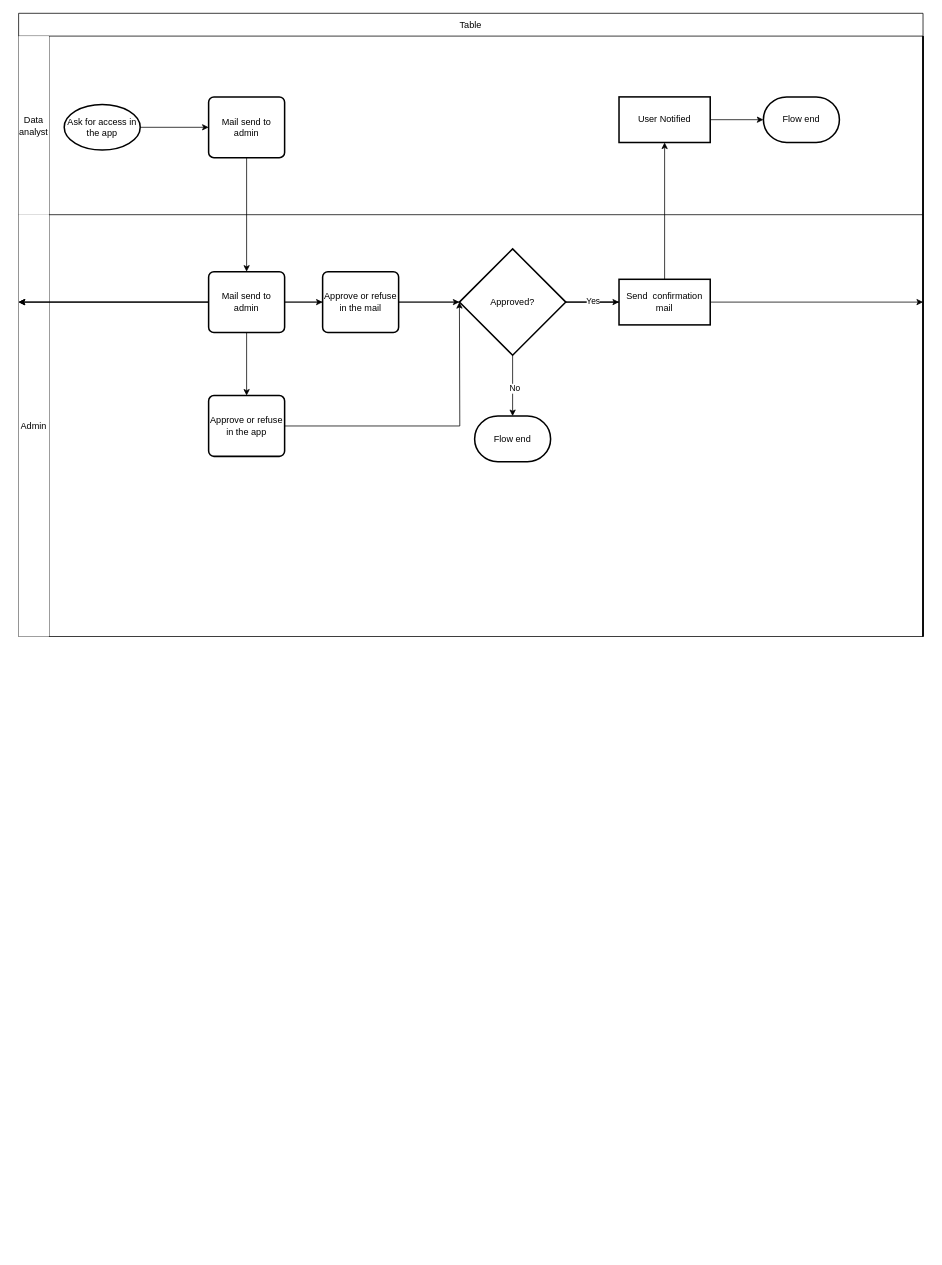
Above: Untitled Diagram.drawio in SvampK/shops-data-app (draw.io), before the change. Source tidied: cells renumbered, new cells numbered last; positions are measured from the earlier drawing's top-left corner, leaving out a move shared by most shapes. Both pictures are drawn from the tidied source at 76%, with x=0, y=0 at pixel (18, 13).
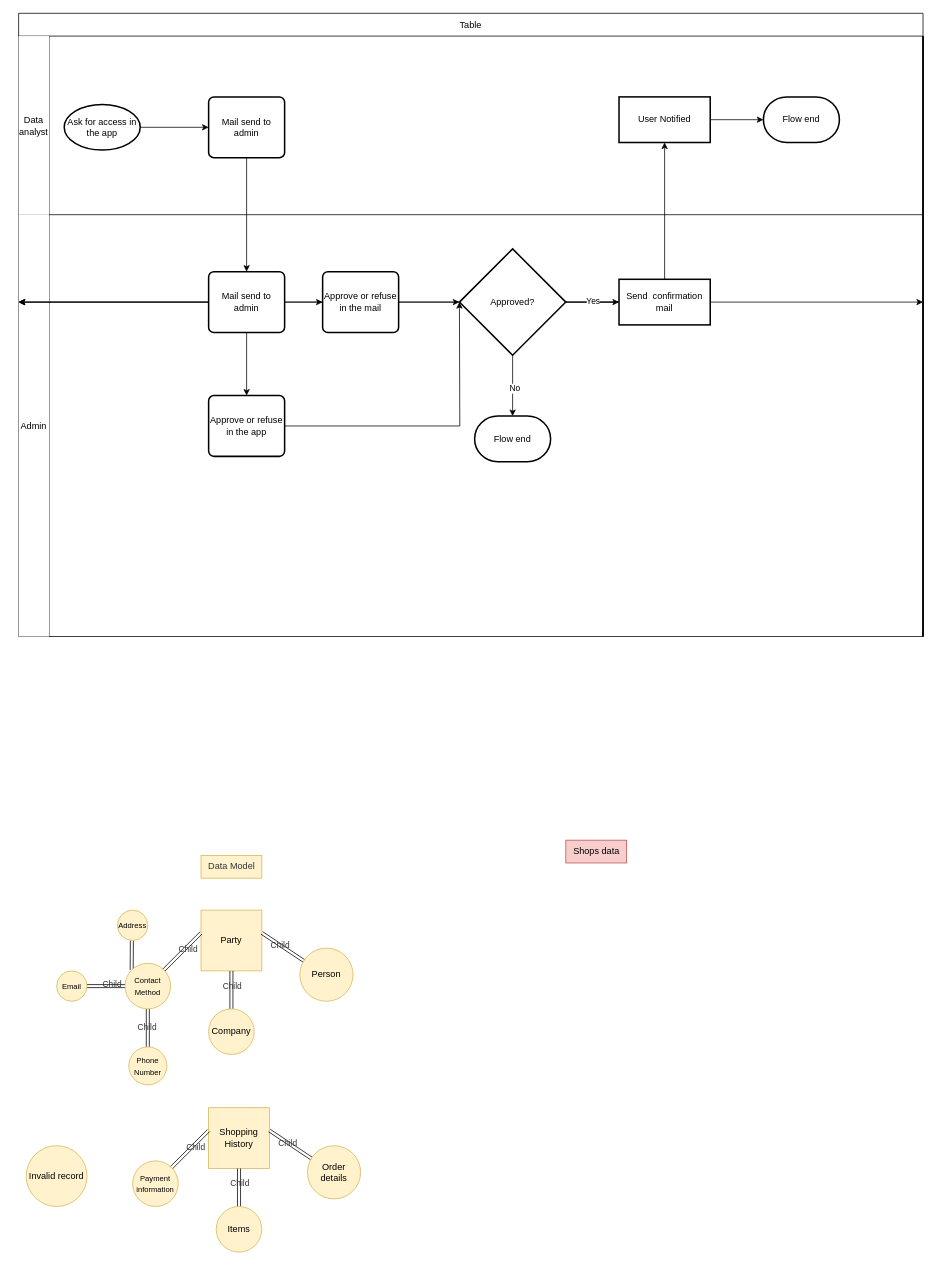
Above is the later version.

Change to the diagram source:
```diff
@@
+    <mxCell id="42" value="Party" style="whiteSpace=wrap;html=1;labelBackgroundColor=none;labelBorderColor=none;fillColor=#fff2cc;strokeColor=#d6b656;" parent="1" vertex="1">
+      <mxGeometry x="240" y="1180" width="80" height="80" as="geometry" />
+    </mxCell>
+    <mxCell id="43" style="shape=link;html=1;rounded=0;labelBackgroundColor=none;labelBorderColor=none;fontColor=#333333;" parent="1" edge="1">
+      <mxGeometry relative="1" as="geometry">
+        <mxPoint x="240" y="1210" as="sourcePoint" />
+        <mxPoint x="190" y="1260" as="targetPoint" />
+      </mxGeometry>
+    </mxCell>
+    <mxCell id="44" value="Child" style="edgeLabel;html=1;align=center;verticalAlign=middle;labelBackgroundColor=none;labelBorderColor=none;fontColor=#333333;" parent="43" vertex="1">
+      <mxGeometry x="-0.2" y="3" relative="1" as="geometry" />
+    </mxCell>
+    <mxCell id="45" style="shape=link;html=1;rounded=0;labelBackgroundColor=none;labelBorderColor=none;fontColor=#333333;" parent="1" edge="1">
+      <mxGeometry relative="1" as="geometry">
+        <mxPoint x="320" y="1210" as="sourcePoint" />
+        <mxPoint x="380" y="1250" as="targetPoint" />
+      </mxGeometry>
+    </mxCell>
+    <mxCell id="46" value="Child" style="edgeLabel;html=1;align=center;verticalAlign=middle;labelBackgroundColor=none;labelBorderColor=none;fontColor=#333333;" parent="45" vertex="1">
+      <mxGeometry x="-0.2" y="-1" relative="1" as="geometry" />
+    </mxCell>
+    <mxCell id="47" style="shape=link;html=1;rounded=0;labelBackgroundColor=none;labelBorderColor=none;fontColor=#333333;" parent="1" edge="1">
+      <mxGeometry relative="1" as="geometry">
+        <mxPoint x="280" y="1260" as="sourcePoint" />
+        <mxPoint x="280" y="1310" as="targetPoint" />
+      </mxGeometry>
+    </mxCell>
+    <mxCell id="48" value="Child" style="edgeLabel;html=1;align=center;verticalAlign=middle;labelBackgroundColor=none;labelBorderColor=none;fontColor=#333333;" parent="47" vertex="1">
+      <mxGeometry x="-0.24" relative="1" as="geometry" />
+    </mxCell>
+    <mxCell id="49" style="edgeStyle=orthogonalEdgeStyle;rounded=0;jettySize=auto;html=1;shape=link;labelBackgroundColor=none;labelBorderColor=none;fontColor=#333333;" parent="1" edge="1" source="54" target="57">
+      <mxGeometry relative="1" as="geometry" />
+    </mxCell>
+    <mxCell id="50" value="Child" style="edgeLabel;html=1;align=center;verticalAlign=middle;labelBackgroundColor=none;labelBorderColor=none;fontColor=#333333;" parent="49" vertex="1">
+      <mxGeometry x="-0.07" y="-2" relative="1" as="geometry" />
+    </mxCell>
+    <mxCell id="51" style="edgeStyle=orthogonalEdgeStyle;rounded=0;jettySize=auto;html=1;shape=link;labelBackgroundColor=none;labelBorderColor=none;fontColor=#333333;" parent="1" edge="1" source="54" target="58">
+      <mxGeometry relative="1" as="geometry" />
+    </mxCell>
+    <mxCell id="52" value="Child" style="edgeLabel;html=1;align=center;verticalAlign=middle;labelBackgroundColor=none;labelBorderColor=none;fontColor=#333333;" parent="51" vertex="1">
+      <mxGeometry x="-0.29" y="-3" relative="1" as="geometry" />
+    </mxCell>
+    <mxCell id="53" style="edgeStyle=orthogonalEdgeStyle;rounded=0;jettySize=auto;html=1;exitX=0;exitY=0;exitDx=0;exitDy=0;shape=link;labelBackgroundColor=none;labelBorderColor=none;fontColor=#333333;" parent="1" edge="1" source="54">
+      <mxGeometry relative="1" as="geometry">
+        <mxPoint x="149" y="1220" as="targetPoint" />
+      </mxGeometry>
+    </mxCell>
+    <mxCell id="54" value="&lt;div style=&quot;&quot;&gt;&lt;span style=&quot;font-size: 10px;&quot;&gt;Contact&lt;/span&gt;&lt;/div&gt;&lt;div style=&quot;&quot;&gt;&lt;span style=&quot;font-size: 10px;&quot;&gt;Method&lt;/span&gt;&lt;/div&gt;" style="ellipse;whiteSpace=wrap;html=1;align=center;labelBackgroundColor=none;labelBorderColor=none;fillColor=#fff2cc;strokeColor=#d6b656;" parent="1" vertex="1">
+      <mxGeometry x="140" y="1250" width="60" height="60" as="geometry" />
+    </mxCell>
+    <mxCell id="55" value="Company" style="ellipse;whiteSpace=wrap;html=1;labelBackgroundColor=none;labelBorderColor=none;fillColor=#fff2cc;strokeColor=#d6b656;" parent="1" vertex="1">
+      <mxGeometry x="250" y="1310" width="60" height="60" as="geometry" />
+    </mxCell>
+    <mxCell id="56" value="Person" style="ellipse;whiteSpace=wrap;html=1;labelBackgroundColor=none;labelBorderColor=none;fillColor=#fff2cc;strokeColor=#d6b656;" parent="1" vertex="1">
+      <mxGeometry x="370" y="1230" width="70" height="70" as="geometry" />
+    </mxCell>
+    <mxCell id="57" value="&lt;div style=&quot;&quot;&gt;&lt;span style=&quot;font-size: 10px;&quot;&gt;Phone Number&lt;/span&gt;&lt;/div&gt;" style="ellipse;whiteSpace=wrap;html=1;align=center;labelBackgroundColor=none;labelBorderColor=none;fillColor=#fff2cc;strokeColor=#d6b656;" parent="1" vertex="1">
+      <mxGeometry x="145" y="1360" width="50" height="50" as="geometry" />
+    </mxCell>
+    <mxCell id="58" value="&lt;div style=&quot;&quot;&gt;&lt;span style=&quot;font-size: 10px;&quot;&gt;Email&lt;/span&gt;&lt;/div&gt;" style="ellipse;whiteSpace=wrap;html=1;align=center;labelBackgroundColor=none;labelBorderColor=none;fillColor=#fff2cc;strokeColor=#d6b656;" parent="1" vertex="1">
+      <mxGeometry x="50" y="1260" width="40" height="40" as="geometry" />
+    </mxCell>
+    <mxCell id="59" value="&lt;div style=&quot;&quot;&gt;&lt;span style=&quot;font-size: 10px;&quot;&gt;Address&lt;/span&gt;&lt;/div&gt;" style="ellipse;whiteSpace=wrap;html=1;align=center;labelBackgroundColor=none;labelBorderColor=none;fillColor=#fff2cc;strokeColor=#d6b656;" parent="1" vertex="1">
+      <mxGeometry x="130" y="1180" width="40" height="40" as="geometry" />
+    </mxCell>
+    <mxCell id="60" value="&lt;font color=&quot;#333333&quot;&gt;Data Model&lt;/font&gt;" style="text;html=1;align=center;verticalAlign=middle;strokeColor=#d6b656;fillColor=#fff2cc;" parent="1" vertex="1">
+      <mxGeometry x="240" y="1108" width="80" height="30" as="geometry" />
+    </mxCell>
+    <mxCell id="61" value="Shopping History" style="whiteSpace=wrap;html=1;labelBackgroundColor=none;labelBorderColor=none;fillColor=#fff2cc;strokeColor=#d6b656;" parent="1" vertex="1">
+      <mxGeometry x="250" y="1440" width="80" height="80" as="geometry" />
+    </mxCell>
+    <mxCell id="62" style="shape=link;html=1;rounded=0;labelBackgroundColor=none;labelBorderColor=none;fontColor=#333333;" parent="1" edge="1">
+      <mxGeometry relative="1" as="geometry">
+        <mxPoint x="250" y="1470" as="sourcePoint" />
+        <mxPoint x="200" y="1520" as="targetPoint" />
+      </mxGeometry>
+    </mxCell>
+    <mxCell id="63" value="Child" style="edgeLabel;html=1;align=center;verticalAlign=middle;labelBackgroundColor=none;labelBorderColor=none;fontColor=#333333;" parent="62" vertex="1">
+      <mxGeometry x="-0.2" y="3" relative="1" as="geometry" />
+    </mxCell>
+    <mxCell id="64" style="shape=link;html=1;rounded=0;labelBackgroundColor=none;labelBorderColor=none;fontColor=#333333;" parent="1" edge="1">
+      <mxGeometry relative="1" as="geometry">
+        <mxPoint x="330" y="1470" as="sourcePoint" />
+        <mxPoint x="390" y="1510" as="targetPoint" />
+      </mxGeometry>
+    </mxCell>
+    <mxCell id="65" value="Child" style="edgeLabel;html=1;align=center;verticalAlign=middle;labelBackgroundColor=none;labelBorderColor=none;fontColor=#333333;" parent="64" vertex="1">
+      <mxGeometry x="-0.2" y="-1" relative="1" as="geometry" />
+    </mxCell>
+    <mxCell id="66" style="shape=link;html=1;rounded=0;labelBackgroundColor=none;labelBorderColor=none;fontColor=#333333;" parent="1" edge="1">
+      <mxGeometry relative="1" as="geometry">
+        <mxPoint x="290" y="1520" as="sourcePoint" />
+        <mxPoint x="290" y="1570" as="targetPoint" />
+      </mxGeometry>
+    </mxCell>
+    <mxCell id="67" value="Child" style="edgeLabel;html=1;align=center;verticalAlign=middle;labelBackgroundColor=none;labelBorderColor=none;fontColor=#333333;" parent="66" vertex="1">
+      <mxGeometry x="-0.24" relative="1" as="geometry" />
+    </mxCell>
+    <mxCell id="68" value="&lt;div style=&quot;&quot;&gt;&lt;span style=&quot;font-size: 10px;&quot;&gt;Payment information&lt;/span&gt;&lt;/div&gt;" style="ellipse;whiteSpace=wrap;html=1;align=center;labelBackgroundColor=none;labelBorderColor=none;fillColor=#fff2cc;strokeColor=#d6b656;" parent="1" vertex="1">
+      <mxGeometry x="150" y="1510" width="60" height="60" as="geometry" />
+    </mxCell>
+    <mxCell id="69" value="Items" style="ellipse;whiteSpace=wrap;html=1;labelBackgroundColor=none;labelBorderColor=none;fillColor=#fff2cc;strokeColor=#d6b656;" parent="1" vertex="1">
+      <mxGeometry x="260" y="1570" width="60" height="60" as="geometry" />
+    </mxCell>
+    <mxCell id="70" value="Order details" style="ellipse;whiteSpace=wrap;html=1;labelBackgroundColor=none;labelBorderColor=none;fillColor=#fff2cc;strokeColor=#d6b656;" parent="1" vertex="1">
+      <mxGeometry x="380" y="1490" width="70" height="70" as="geometry" />
+    </mxCell>
+    <mxCell id="71" value="&lt;font&gt;Invalid record&lt;/font&gt;" style="ellipse;whiteSpace=wrap;html=1;fillColor=#fff2cc;strokeColor=#d6b656;" parent="1" vertex="1">
+      <mxGeometry x="10" y="1490" width="80" height="80" as="geometry" />
+    </mxCell>
+    <mxCell id="72" value="Shops data" style="text;html=1;align=center;verticalAlign=middle;strokeColor=#b85450;fillColor=#f8cecc;" parent="1" vertex="1">
+      <mxGeometry x="720" y="1088" width="80" height="30" as="geometry" />
+    </mxCell>
```
